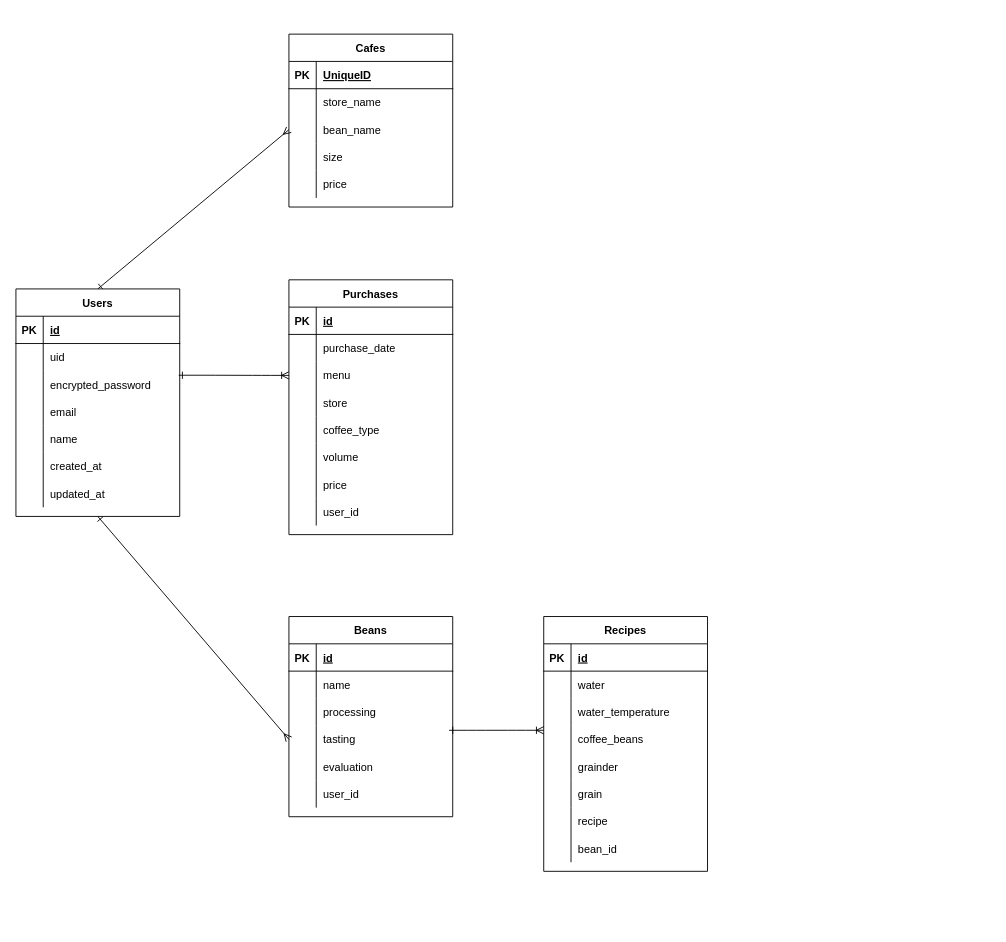
The draw.io diagram coffee_recode_er.dio in diagonal-m/coffee_recode, before the edit. Source tidied: cells renumbered, new cells numbered last; positions are measured from the earlier drawing's top-left corner, leaving out a move shared by most shapes. Both pictures are drawn from the tidied source at 91%, with x=0, y=0 at pixel (15, 34).
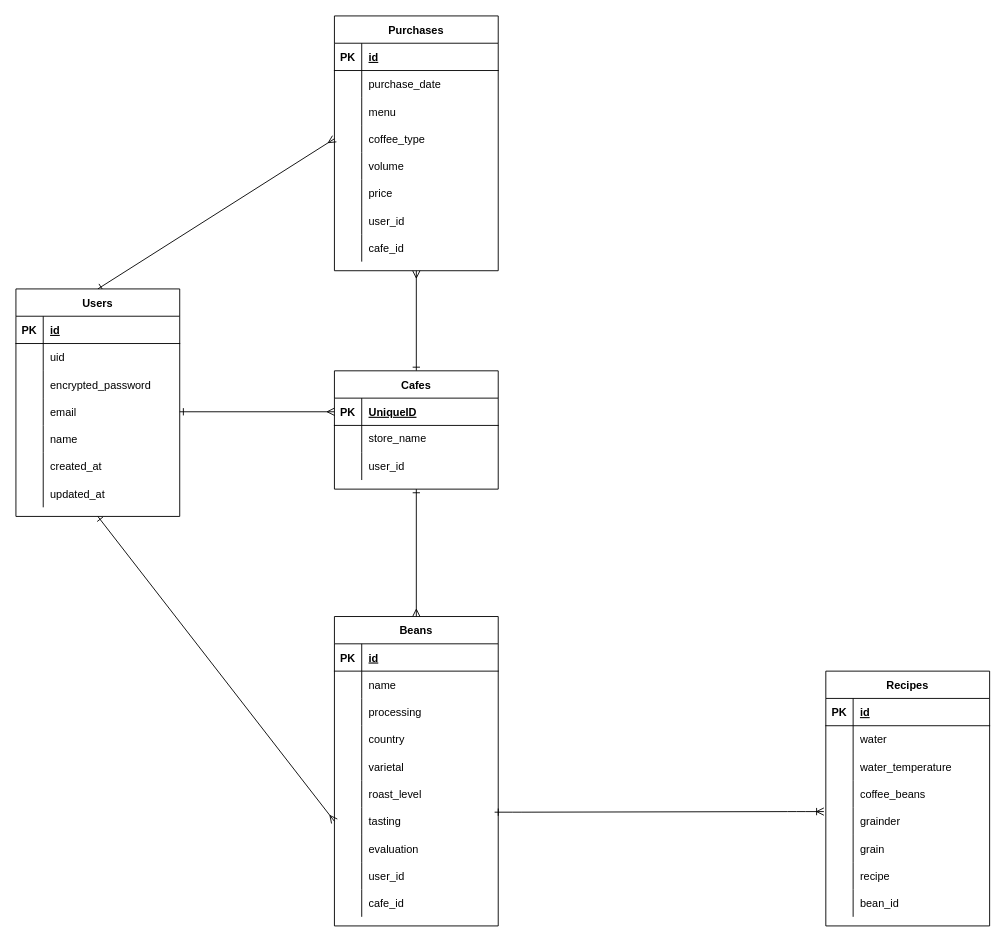
After the change.

The change refers to these unchanged cells:
```xml
<mxCell id="4" value="Users" style="shape=table;startSize=30;childLayout=tableLayout;rowLines=0;fontStyle=1;align=center;" parent="1" vertex="1">
  <mxGeometry y="280" width="180" height="250" as="geometry" />
</mxCell>
<mxCell id="11" style="shape=partialRectangle;fillColor=none;top=0;left=0;bottom=0;right=0;points=[[0,0.5],[1,0.5]];portConstraint=eastwest;" parent="4" vertex="1">
  <mxGeometry y="90" width="180" height="30" as="geometry" />
</mxCell>
<mxCell id="14" style="shape=partialRectangle;fillColor=none;top=0;left=0;bottom=0;right=0;points=[[0,0.5],[1,0.5]];portConstraint=eastwest;" parent="4" vertex="1">
  <mxGeometry y="120" width="180" height="30" as="geometry" />
</mxCell>
<mxCell id="52" style="shape=partialRectangle;fillColor=none;top=0;left=0;bottom=0;right=0;points=[[0,0.5],[1,0.5]];portConstraint=eastwest;" parent="45" vertex="1">
  <mxGeometry y="90" width="180" height="30" as="geometry" />
</mxCell>
<mxCell id="83" style="shape=partialRectangle;fillColor=none;top=0;left=0;bottom=0;right=0;points=[[0,0.5],[1,0.5]];portConstraint=eastwest;" parent="70" vertex="1">
  <mxGeometry y="150" width="180" height="30" as="geometry" />
</mxCell>
<mxCell id="98" style="shape=partialRectangle;fillColor=none;top=0;left=0;bottom=1;right=0;points=[[0,0.5],[1,0.5]];portConstraint=eastwest;" parent="97" vertex="1">
  <mxGeometry y="30" width="180" height="30" as="geometry" />
</mxCell>
<mxCell id="101" style="shape=partialRectangle;fillColor=none;top=0;left=0;bottom=0;right=0;" parent="97" vertex="1">
  <mxGeometry y="60" width="180" height="30" as="geometry" />
</mxCell>
<mxCell id="104" style="shape=partialRectangle;fillColor=none;top=0;left=0;bottom=0;right=0;points=[[0,0.5],[1,0.5]];portConstraint=eastwest;" parent="97" vertex="1">
  <mxGeometry y="90" width="180" height="30" as="geometry" />
</mxCell>
```

The edit, as a diff of the source:
```diff
@@
-    <mxCell id="3" style="edgeStyle=none;rounded=1;html=1;exitX=0.5;exitY=0;exitDx=0;exitDy=0;startArrow=ERone;startFill=0;endArrow=ERmany;endFill=0;strokeColor=default;entryX=0;entryY=0.5;entryDx=0;entryDy=0;" parent="1" edge="1" source="4" target="104">
-      <mxGeometry relative="1" as="geometry" />
-    </mxCell>
+    <mxCell id="113" style="edgeStyle=none;html=1;exitX=0.5;exitY=0;exitDx=0;exitDy=0;entryX=0;entryY=0.5;entryDx=0;entryDy=0;startArrow=ERone;startFill=0;endArrow=ERmany;endFill=0;" parent="1" edge="1" source="4" target="58">
+      <mxGeometry relative="1" as="geometry" />
+    </mxCell>
@@
     <mxCell id="26" value="Beans" style="shape=table;startSize=30;childLayout=tableLayout;rowLines=0;fontStyle=1;align=center;" parent="1" vertex="1">
-      <mxGeometry x="300" y="640" width="180" height="220" as="geometry" />
+      <mxGeometry x="350" y="640" width="180" height="340" as="geometry" />
     </mxCell>
@@
+    <mxCell id="114" style="shape=partialRectangle;fillColor=none;top=0;left=0;bottom=0;right=0;" parent="26" vertex="1">
+      <mxGeometry y="120" width="180" height="30" as="geometry" />
+    </mxCell>
+    <mxCell id="115" style="shape=partialRectangle;fillColor=none;top=0;left=0;bottom=0;right=0;overflow=hidden;" parent="114" vertex="1">
+      <mxGeometry width="30" height="30" as="geometry" />
+    </mxCell>
+    <mxCell id="116" value="country" style="shape=partialRectangle;fillColor=none;top=0;left=0;bottom=0;right=0;align=left;spacingLeft=6;overflow=hidden;" parent="114" vertex="1">
+      <mxGeometry x="30" width="150" height="30" as="geometry" />
+    </mxCell>
+    <mxCell id="110" style="shape=partialRectangle;fillColor=none;top=0;left=0;bottom=0;right=0;" parent="26" vertex="1">
+      <mxGeometry y="150" width="180" height="30" as="geometry" />
+    </mxCell>
+    <mxCell id="117" style="shape=partialRectangle;fillColor=none;top=0;left=0;bottom=0;right=0;overflow=hidden;" parent="110" vertex="1">
+      <mxGeometry width="30" height="30" as="geometry" />
+    </mxCell>
+    <mxCell id="118" value="varietal" style="shape=partialRectangle;fillColor=none;top=0;left=0;bottom=0;right=0;align=left;spacingLeft=6;overflow=hidden;" parent="110" vertex="1">
+      <mxGeometry x="30" width="150" height="30" as="geometry" />
+    </mxCell>
+    <mxCell id="119" style="shape=partialRectangle;fillColor=none;top=0;left=0;bottom=0;right=0;" parent="26" vertex="1">
+      <mxGeometry y="180" width="180" height="30" as="geometry" />
+    </mxCell>
+    <mxCell id="120" style="shape=partialRectangle;fillColor=none;top=0;left=0;bottom=0;right=0;overflow=hidden;" parent="119" vertex="1">
+      <mxGeometry width="30" height="30" as="geometry" />
+    </mxCell>
+    <mxCell id="121" value="roast_level" style="shape=partialRectangle;fillColor=none;top=0;left=0;bottom=0;right=0;align=left;spacingLeft=6;overflow=hidden;" parent="119" vertex="1">
+      <mxGeometry x="30" width="150" height="30" as="geometry" />
+    </mxCell>
     <mxCell id="36" style="shape=partialRectangle;fillColor=none;top=0;left=0;bottom=0;right=0;points=[[0,0.5],[1,0.5]];portConstraint=eastwest;" parent="26" vertex="1">
-      <mxGeometry y="120" width="180" height="30" as="geometry" />
+      <mxGeometry y="210" width="180" height="30" as="geometry" />
     </mxCell>
@@
     <mxCell id="39" style="shape=partialRectangle;fillColor=none;top=0;left=0;bottom=0;right=0;" parent="26" vertex="1">
-      <mxGeometry y="150" width="180" height="30" as="geometry" />
+      <mxGeometry y="240" width="180" height="30" as="geometry" />
     </mxCell>
@@
     <mxCell id="42" style="shape=partialRectangle;fillColor=none;top=0;left=0;bottom=0;right=0;" parent="26" vertex="1">
-      <mxGeometry y="180" width="180" height="30" as="geometry" />
+      <mxGeometry y="270" width="180" height="30" as="geometry" />
     </mxCell>
@@
+    <mxCell id="122" style="shape=partialRectangle;fillColor=none;top=0;left=0;bottom=0;right=0;" parent="26" vertex="1">
+      <mxGeometry y="300" width="180" height="30" as="geometry" />
+    </mxCell>
+    <mxCell id="123" style="shape=partialRectangle;fillColor=none;top=0;left=0;bottom=0;right=0;overflow=hidden;" parent="122" vertex="1">
+      <mxGeometry width="30" height="30" as="geometry" />
+    </mxCell>
+    <mxCell id="124" value="cafe_id" style="shape=partialRectangle;fillColor=none;top=0;left=0;bottom=0;right=0;align=left;spacingLeft=6;overflow=hidden;" parent="122" vertex="1">
+      <mxGeometry x="30" width="150" height="30" as="geometry" />
+    </mxCell>
     <mxCell id="45" value="Purchases" style="shape=table;startSize=30;childLayout=tableLayout;rowLines=0;fontStyle=1;align=center;" parent="1" vertex="1">
-      <mxGeometry x="300" y="270" width="180" height="280" as="geometry" />
+      <mxGeometry x="350" y="-20" width="180" height="280" as="geometry" />
     </mxCell>
@@
-    <mxCell id="55" style="shape=partialRectangle;fillColor=none;top=0;left=0;bottom=0;right=0;" parent="45" vertex="1">
-      <mxGeometry y="120" width="180" height="30" as="geometry" />
-    </mxCell>
-    <mxCell id="56" style="shape=partialRectangle;fillColor=none;top=0;left=0;bottom=0;right=0;overflow=hidden;" parent="55" vertex="1">
-      <mxGeometry width="30" height="30" as="geometry" />
-    </mxCell>
-    <mxCell id="57" value="store" style="shape=partialRectangle;fillColor=none;top=0;left=0;bottom=0;right=0;align=left;spacingLeft=6;overflow=hidden;" parent="55" vertex="1">
-      <mxGeometry x="30" width="150" height="30" as="geometry" />
-    </mxCell>
     <mxCell id="58" style="shape=partialRectangle;fillColor=none;top=0;left=0;bottom=0;right=0;points=[[0,0.5],[1,0.5]];portConstraint=eastwest;" parent="45" vertex="1">
-      <mxGeometry y="150" width="180" height="30" as="geometry" />
+      <mxGeometry y="120" width="180" height="30" as="geometry" />
     </mxCell>
@@
     <mxCell id="61" style="shape=partialRectangle;fillColor=none;top=0;left=0;bottom=0;right=0;" parent="45" vertex="1">
-      <mxGeometry y="180" width="180" height="30" as="geometry" />
+      <mxGeometry y="150" width="180" height="30" as="geometry" />
     </mxCell>
@@
     <mxCell id="64" style="shape=partialRectangle;fillColor=none;top=0;left=0;bottom=0;right=0;points=[[0,0.5],[1,0.5]];portConstraint=eastwest;" parent="45" vertex="1">
-      <mxGeometry y="210" width="180" height="30" as="geometry" />
+      <mxGeometry y="180" width="180" height="30" as="geometry" />
     </mxCell>
@@
     <mxCell id="67" style="shape=partialRectangle;fillColor=none;top=0;left=0;bottom=0;right=0;" parent="45" vertex="1">
-      <mxGeometry y="240" width="180" height="30" as="geometry" />
+      <mxGeometry y="210" width="180" height="30" as="geometry" />
     </mxCell>
@@
+    <mxCell id="125" style="shape=partialRectangle;fillColor=none;top=0;left=0;bottom=0;right=0;" parent="45" vertex="1">
+      <mxGeometry y="240" width="180" height="30" as="geometry" />
+    </mxCell>
+    <mxCell id="126" style="shape=partialRectangle;fillColor=none;top=0;left=0;bottom=0;right=0;overflow=hidden;" parent="125" vertex="1">
+      <mxGeometry width="30" height="30" as="geometry" />
+    </mxCell>
+    <mxCell id="127" value="cafe_id" style="shape=partialRectangle;fillColor=none;top=0;left=0;bottom=0;right=0;align=left;spacingLeft=6;overflow=hidden;" parent="125" vertex="1">
+      <mxGeometry x="30" width="150" height="30" as="geometry" />
+    </mxCell>
     <mxCell id="70" value="Recipes" style="shape=table;startSize=30;childLayout=tableLayout;rowLines=0;fontStyle=1;align=center;" parent="1" vertex="1">
-      <mxGeometry x="580" y="640" width="180" height="280" as="geometry" />
+      <mxGeometry x="890" y="700" width="180" height="280" as="geometry" />
     </mxCell>
@@
-    <mxCell id="95" style="edgeStyle=entityRelationEdgeStyle;fontSize=12;html=1;endArrow=ERoneToMany;exitX=0.994;exitY=0.161;exitDx=0;exitDy=0;entryX=0;entryY=0.5;entryDx=0;entryDy=0;startArrow=ERone;startFill=0;exitPerimeter=0;" parent="1" edge="1" source="11" target="52">
-      <mxGeometry relative="1" as="geometry" />
-    </mxCell>
-    <mxCell id="96" style="edgeStyle=entityRelationEdgeStyle;fontSize=12;html=1;endArrow=ERoneToMany;startArrow=ERone;startFill=0;exitX=0.978;exitY=0.167;exitDx=0;exitDy=0;exitPerimeter=0;" parent="1" edge="1" source="36">
-      <mxGeometry relative="1" as="geometry">
-        <mxPoint x="580" y="765" as="targetPoint" />
-      </mxGeometry>
+    <mxCell id="96" style="edgeStyle=entityRelationEdgeStyle;fontSize=12;html=1;endArrow=ERoneToMany;startArrow=ERone;startFill=0;exitX=0.978;exitY=0.167;exitDx=0;exitDy=0;exitPerimeter=0;entryX=-0.012;entryY=0.145;entryDx=0;entryDy=0;entryPerimeter=0;" parent="1" edge="1" source="36" target="83">
+      <mxGeometry relative="1" as="geometry" />
     </mxCell>
+    <mxCell id="128" style="edgeStyle=none;html=1;exitX=0.5;exitY=0;exitDx=0;exitDy=0;entryX=0.5;entryY=1;entryDx=0;entryDy=0;startArrow=ERone;startFill=0;endArrow=ERmany;endFill=0;" parent="1" edge="1" source="97" target="45">
+      <mxGeometry relative="1" as="geometry" />
+    </mxCell>
+    <mxCell id="129" style="edgeStyle=none;html=1;exitX=0.5;exitY=1;exitDx=0;exitDy=0;startArrow=ERone;startFill=0;endArrow=ERmany;endFill=0;entryX=0.5;entryY=0;entryDx=0;entryDy=0;" parent="1" edge="1" source="97" target="26">
+      <mxGeometry relative="1" as="geometry" />
+    </mxCell>
     <mxCell id="97" value="Cafes" style="shape=table;startSize=30;childLayout=tableLayout;rowLines=0;fontStyle=1;align=center;" parent="1" vertex="1">
-      <mxGeometry x="300" width="180" height="190" as="geometry" />
+      <mxGeometry x="350" y="370" width="180" height="130" as="geometry" />
     </mxCell>
@@
-    <mxCell id="102" style="shape=partialRectangle;fillColor=none;top=0;left=0;bottom=0;right=0;overflow=hidden;" parent="101" vertex="1">
-      <mxGeometry width="30" height="30" as="geometry" />
-    </mxCell>
+    <mxCell id="130" style="shape=partialRectangle;fillColor=none;top=0;left=0;bottom=0;right=0;overflow=hidden;" parent="101" vertex="1">
+      <mxGeometry width="30" height="30" as="geometry" />
+    </mxCell>
-    <mxCell id="103" value="store_name" style="shape=partialRectangle;fillColor=none;top=0;left=0;bottom=0;right=0;align=left;spacingLeft=6;overflow=hidden;" parent="101" vertex="1">
+    <mxCell id="103" value="store_name" style="shape=partialRectangle;fillColor=none;top=0;left=0;bottom=0;right=0;align=left;spacingLeft=6;overflow=hidden;whiteSpace=wrap;" parent="101" vertex="1">
       <mxGeometry x="30" width="150" height="30" as="geometry" />
     </mxCell>
@@
-    <mxCell id="105" style="shape=partialRectangle;fillColor=none;top=0;left=0;bottom=0;right=0;overflow=hidden;" parent="104" vertex="1">
-      <mxGeometry width="30" height="30" as="geometry" />
-    </mxCell>
-    <mxCell id="106" value="bean_name" style="shape=partialRectangle;fillColor=none;top=0;left=0;bottom=0;right=0;align=left;spacingLeft=6;overflow=hidden;" parent="104" vertex="1">
-      <mxGeometry x="30" width="150" height="30" as="geometry" />
-    </mxCell>
-    <mxCell id="107" style="shape=partialRectangle;fillColor=none;top=0;left=0;bottom=0;right=0;" parent="97" vertex="1">
-      <mxGeometry y="120" width="180" height="30" as="geometry" />
-    </mxCell>
-    <mxCell id="108" style="shape=partialRectangle;fillColor=none;top=0;left=0;bottom=0;right=0;overflow=hidden;" parent="107" vertex="1">
-      <mxGeometry width="30" height="30" as="geometry" />
-    </mxCell>
-    <mxCell id="109" value="size" style="shape=partialRectangle;fillColor=none;top=0;left=0;bottom=0;right=0;align=left;spacingLeft=6;overflow=hidden;" parent="107" vertex="1">
-      <mxGeometry x="30" width="150" height="30" as="geometry" />
-    </mxCell>
-    <mxCell id="110" style="shape=partialRectangle;fillColor=none;top=0;left=0;bottom=0;right=0;" parent="97" vertex="1">
-      <mxGeometry y="150" width="180" height="30" as="geometry" />
-    </mxCell>
-    <mxCell id="111" style="shape=partialRectangle;fillColor=none;top=0;left=0;bottom=0;right=0;overflow=hidden;" parent="110" vertex="1">
-      <mxGeometry width="30" height="30" as="geometry" />
-    </mxCell>
-    <mxCell id="112" value="price" style="shape=partialRectangle;fillColor=none;top=0;left=0;bottom=0;right=0;align=left;spacingLeft=6;overflow=hidden;" parent="110" vertex="1">
-      <mxGeometry x="30" width="150" height="30" as="geometry" />
-    </mxCell>
+    <mxCell id="131" style="shape=partialRectangle;fillColor=none;top=0;left=0;bottom=0;right=0;overflow=hidden;" parent="104" vertex="1">
+      <mxGeometry width="30" height="30" as="geometry" />
+    </mxCell>
+    <mxCell id="132" value="user_id" style="shape=partialRectangle;fillColor=none;top=0;left=0;bottom=0;right=0;align=left;spacingLeft=6;overflow=hidden;whiteSpace=wrap;" parent="104" vertex="1">
+      <mxGeometry x="30" width="150" height="30" as="geometry" />
+    </mxCell>
+    <mxCell id="133" style="edgeStyle=none;html=1;exitX=0;exitY=0.5;exitDx=0;exitDy=0;entryX=1;entryY=0.5;entryDx=0;entryDy=0;startArrow=ERone;startFill=0;endArrow=ERone;endFill=0;" parent="1" edge="1" target="64">
+      <mxGeometry relative="1" as="geometry" />
+    </mxCell>
+    <mxCell id="134" style="edgeStyle=none;html=1;exitX=1;exitY=0.5;exitDx=0;exitDy=0;entryX=0;entryY=0.5;entryDx=0;entryDy=0;startArrow=ERone;startFill=0;endArrow=ERmany;endFill=0;" parent="1" edge="1" source="14" target="98">
+      <mxGeometry relative="1" as="geometry" />
+    </mxCell>
```
